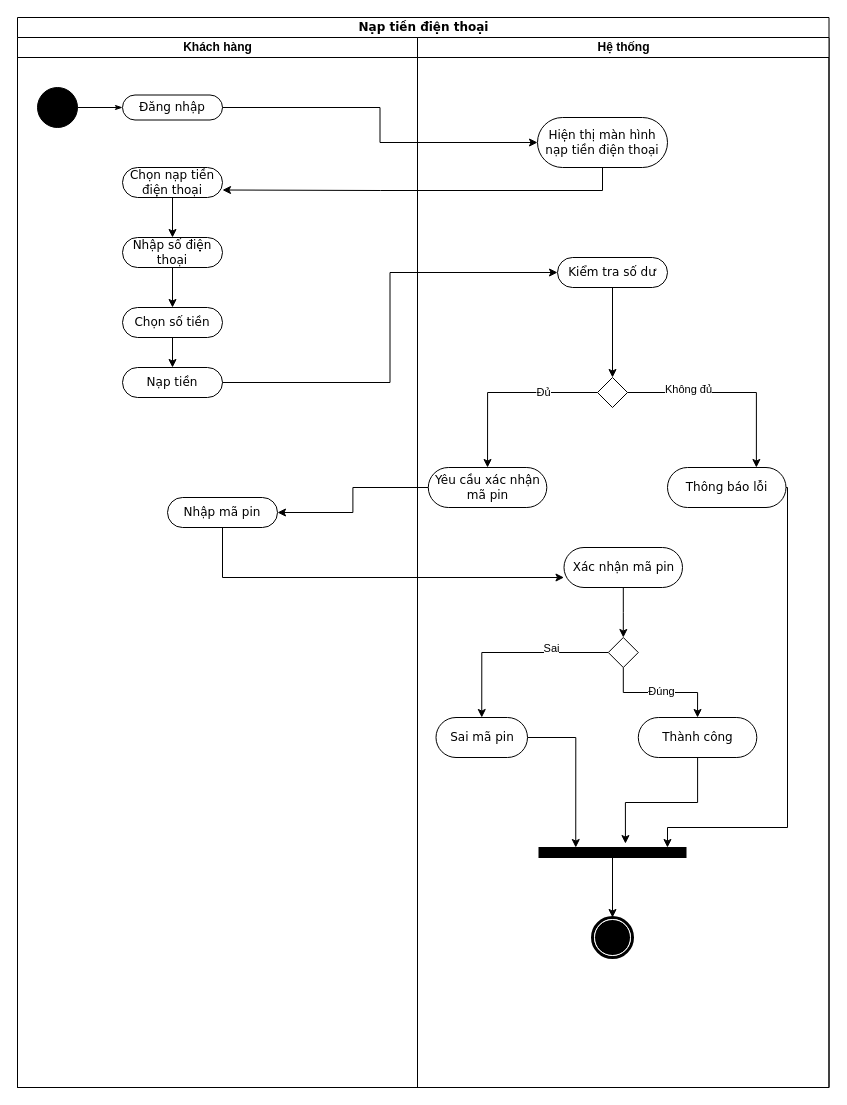
The draw.io diagram page "Biểu đồ hoạt động" (3 of 4) of uml/BHDG_Usecase_6.0.0.1.drawio in HoangDucBach/bghc, before the edit. Source tidied: cells renumbered, new cells numbered last; positions are measured from the earlier drawing's top-left corner, leaving out a move shared by most shapes. Both pictures are drawn from the tidied source at 100%, with x=0, y=0 at pixel (17, 17).
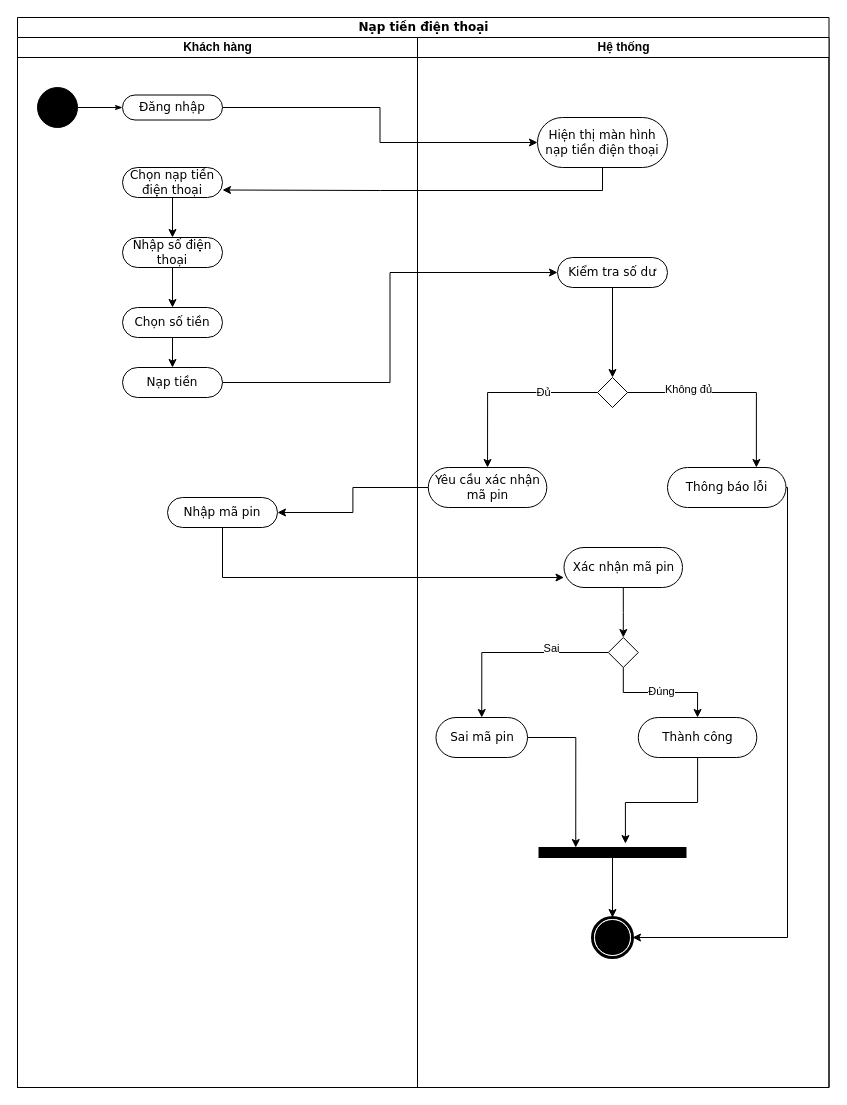
After the change.

The change refers to these unchanged cells:
```xml
<mxCell id="16" value="&lt;b&gt;Hệ thống&lt;/b&gt;" style="swimlane;html=1;startSize=20;fontStyle=0;" parent="2" vertex="1">
  <mxGeometry x="400" y="20" width="411.5" height="1050" as="geometry" />
</mxCell>
<mxCell id="28" value="Thông báo lỗi" style="rounded=1;whiteSpace=wrap;html=1;shadow=0;comic=0;labelBackgroundColor=none;strokeWidth=1;fontFamily=Verdana;fontSize=12;align=center;arcSize=50;" parent="16" vertex="1">
  <mxGeometry x="250" y="430" width="118.5" height="40" as="geometry" />
</mxCell>
<mxCell id="34" style="shape=mxgraph.bpmn.shape;html=1;verticalLabelPosition=bottom;labelBackgroundColor=#ffffff;verticalAlign=top;perimeter=ellipsePerimeter;outline=end;symbol=terminate;rounded=0;shadow=0;comic=0;strokeWidth=1;fontFamily=Verdana;fontSize=12;align=center;" parent="16" vertex="1">
  <mxGeometry x="175" y="880" width="40" height="40" as="geometry" />
</mxCell>
<mxCell id="39" style="whiteSpace=wrap;html=1;rounded=0;shadow=0;comic=0;labelBackgroundColor=none;strokeWidth=1;fillColor=#000000;fontFamily=Verdana;fontSize=12;align=center;rotation=0;" parent="16" vertex="1">
  <mxGeometry x="121.5" y="810" width="147" height="10" as="geometry" />
</mxCell>
```

The edit, as a diff of the source:
```diff
@@
-    <mxCell id="42" style="edgeStyle=orthogonalEdgeStyle;rounded=0;jettySize=auto;html=1;entryX=0.874;entryY=0;entryDx=0;entryDy=0;entryPerimeter=0;" parent="16" edge="1" source="28" target="39">
+    <mxCell id="42" style="edgeStyle=orthogonalEdgeStyle;rounded=0;jettySize=auto;html=1;" parent="16" edge="1" source="28" target="34">
       <mxGeometry relative="1" as="geometry">
         <Array as="points">
           <mxPoint x="370" y="450" />
-          <mxPoint x="370" y="790" />
-          <mxPoint x="250" y="790" />
+          <mxPoint x="370" y="900" />
         </Array>
       </mxGeometry>
     </mxCell>
```
